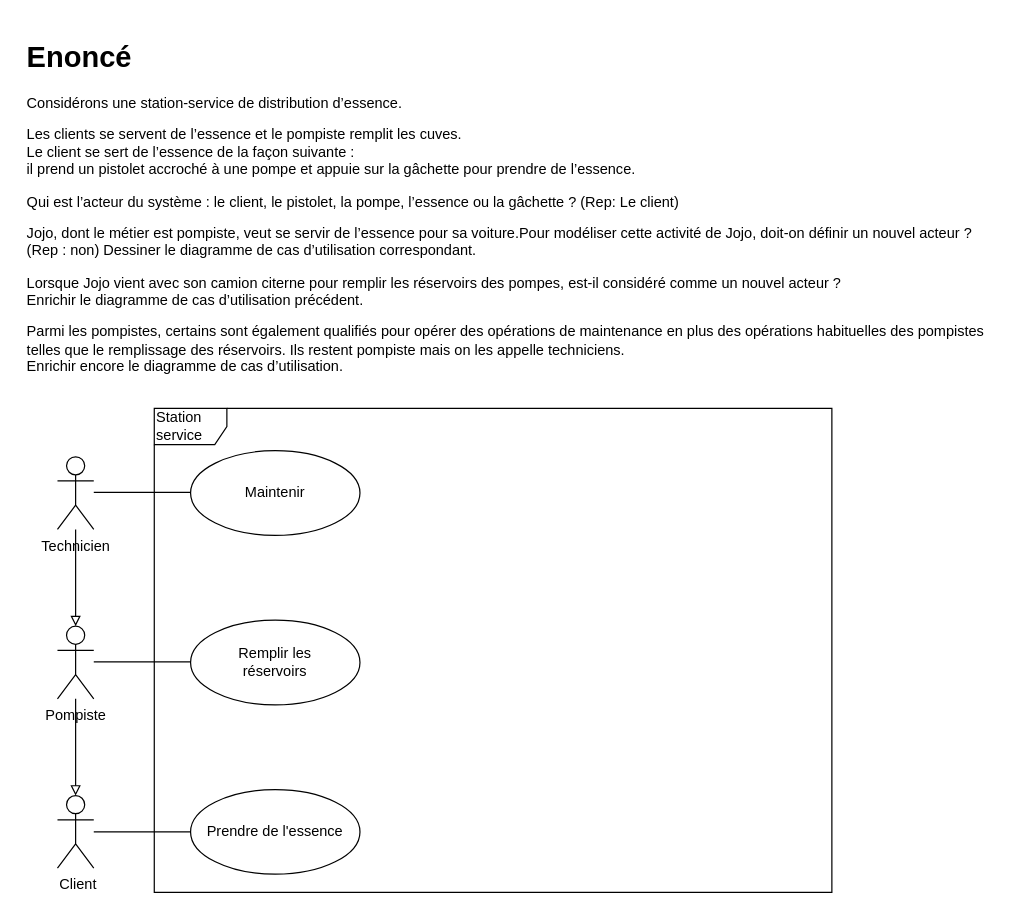
Before: exo2.drawio in valentin-cochin/cda-uml-exos, a draw.io diagram. Source tidied: cells renumbered, new cells numbered last; positions are measured from the earlier drawing's top-left corner, leaving out a move shared by most shapes. Both pictures are drawn from the tidied source at 121%, with x=0, y=0 at pixel (21, 33).
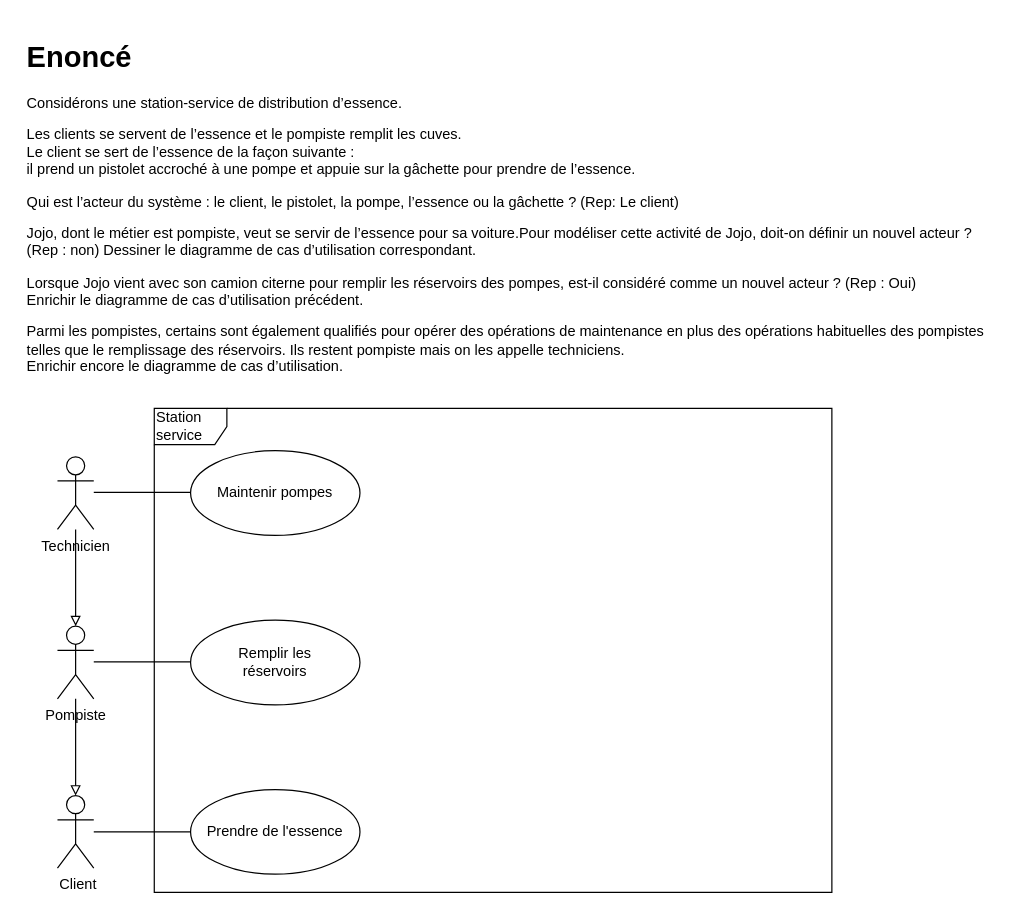
After the change.

The edit, as a diff of the source:
```diff
@@
 <mxGraphModel>
   <root>
     <mxCell id="0" />
     <mxCell id="1" parent="0" />
-    <mxCell id="2" value="&lt;h1&gt;Enoncé&lt;br&gt;&lt;/h1&gt;&lt;p&gt;Considérons une station-service de distribution d’essence.&lt;br&gt;&lt;/p&gt;&lt;p&gt;Les clients se servent de l’essence et le pompiste remplit les cuves.&lt;br&gt;Le client se sert de l’essence de la façon suivante :&lt;br&gt;il prend un pistolet accroché à une pompe et appuie sur la gâchette pour prendre de l’essence.&lt;/p&gt;&lt;p&gt;Qui est l’acteur du système : le client, le pistolet, la pompe, l’essence ou la gâchette ? (Rep: Le client)&lt;br&gt;&lt;/p&gt;&lt;p&gt;Jojo, dont le métier est pompiste, veut se servir de l’essence pour sa voiture.Pour modéliser cette activité de Jojo, doit-on définir un nouvel acteur ? (Rep : non) Dessiner le diagramme de cas d’utilisation correspondant.&lt;/p&gt;&lt;p&gt;Lorsque Jojo vient avec son camion citerne pour remplir les réservoirs des pompes, est-il considéré comme un nouvel acteur ?&lt;br&gt;Enrichir le diagramme de cas d’utilisation précédent.&lt;/p&gt;&lt;p&gt;Parmi les pompistes, certains sont également qualifiés pour opérer des opérations de maintenance en plus des opérations habituelles des pompistes telles que le remplissage des réservoirs. Ils restent pompiste mais on les appelle techniciens.&lt;br&gt;Enrichir encore le diagramme de cas d’utilisation.&lt;/p&gt;" style="text;html=1;strokeColor=none;fillColor=none;spacing=5;spacingTop=-20;whiteSpace=wrap;overflow=hidden;rounded=0;fontSize=12;align=left;" parent="1" vertex="1">
+    <mxCell id="2" value="&lt;h1&gt;Enoncé&lt;br&gt;&lt;/h1&gt;&lt;p&gt;Considérons une station-service de distribution d’essence.&lt;br&gt;&lt;/p&gt;&lt;p&gt;Les clients se servent de l’essence et le pompiste remplit les cuves.&lt;br&gt;Le client se sert de l’essence de la façon suivante :&lt;br&gt;il prend un pistolet accroché à une pompe et appuie sur la gâchette pour prendre de l’essence.&lt;/p&gt;&lt;p&gt;Qui est l’acteur du système : le client, le pistolet, la pompe, l’essence ou la gâchette ? (Rep: Le client)&lt;br&gt;&lt;/p&gt;&lt;p&gt;Jojo, dont le métier est pompiste, veut se servir de l’essence pour sa voiture.Pour modéliser cette activité de Jojo, doit-on définir un nouvel acteur ? (Rep : non) Dessiner le diagramme de cas d’utilisation correspondant.&lt;/p&gt;&lt;p&gt;Lorsque Jojo vient avec son camion citerne pour remplir les réservoirs des pompes, est-il considéré comme un nouvel acteur ? (Rep : Oui)&lt;br&gt;Enrichir le diagramme de cas d’utilisation précédent.&lt;/p&gt;&lt;p&gt;Parmi les pompistes, certains sont également qualifiés pour opérer des opérations de maintenance en plus des opérations habituelles des pompistes telles que le remplissage des réservoirs. Ils restent pompiste mais on les appelle techniciens.&lt;br&gt;Enrichir encore le diagramme de cas d’utilisation.&lt;/p&gt;" style="text;html=1;strokeColor=none;fillColor=none;spacing=5;spacingTop=-20;whiteSpace=wrap;overflow=hidden;rounded=0;fontSize=12;align=left;" parent="1" vertex="1">
       <mxGeometry width="810" height="290" as="geometry" />
     </mxCell>
     <mxCell id="3" value="Station service" style="shape=umlFrame;whiteSpace=wrap;html=1;fontSize=12;align=left;" parent="1" vertex="1">
       <mxGeometry x="110" y="310" width="560" height="400" as="geometry" />
     </mxCell>
     <mxCell id="4" style="edgeStyle=orthogonalEdgeStyle;rounded=0;jettySize=auto;html=1;endArrow=block;endFill=0;fontSize=12;entryX=0.5;entryY=0;entryDx=0;entryDy=0;entryPerimeter=0;" parent="1" edge="1" source="5" target="9">
       <mxGeometry relative="1" as="geometry" />
     </mxCell>
     <mxCell id="5" value="Technicien" style="shape=umlActor;verticalLabelPosition=bottom;verticalAlign=top;html=1;fontSize=12;align=center;" parent="1" vertex="1">
       <mxGeometry x="30" y="350" width="30" height="60" as="geometry" />
     </mxCell>
     <mxCell id="6" value="Remplir les&lt;br&gt;réservoirs" style="ellipse;whiteSpace=wrap;html=1;fontSize=12;align=center;" parent="1" vertex="1">
       <mxGeometry x="140" y="485" width="140" height="70" as="geometry" />
     </mxCell>
     <mxCell id="7" value="Prendre de l'essence" style="ellipse;whiteSpace=wrap;html=1;fontSize=12;align=center;" parent="1" vertex="1">
       <mxGeometry x="140" y="625" width="140" height="70" as="geometry" />
     </mxCell>
     <mxCell id="8" style="edgeStyle=orthogonalEdgeStyle;rounded=0;jettySize=auto;html=1;endArrow=block;endFill=0;fontSize=12;" parent="1" edge="1" source="9" target="10">
       <mxGeometry relative="1" as="geometry" />
     </mxCell>
     <mxCell id="9" value="Pompiste" style="shape=umlActor;verticalLabelPosition=bottom;verticalAlign=top;html=1;fontSize=12;align=center;" parent="1" vertex="1">
       <mxGeometry x="30" y="490" width="30" height="60" as="geometry" />
     </mxCell>
     <mxCell id="10" value="&lt;div&gt;Client&lt;/div&gt;" style="shape=umlActor;verticalLabelPosition=bottom;verticalAlign=top;html=1;fontSize=12;align=left;" parent="1" vertex="1">
       <mxGeometry x="30" y="630" width="30" height="60" as="geometry" />
     </mxCell>
-    <mxCell id="11" value="Maintenir" style="ellipse;whiteSpace=wrap;html=1;fontSize=12;align=center;" parent="1" vertex="1">
+    <mxCell id="11" value="Maintenir pompes" style="ellipse;whiteSpace=wrap;html=1;fontSize=12;align=center;" parent="1" vertex="1">
       <mxGeometry x="140" y="345" width="140" height="70" as="geometry" />
     </mxCell>
     <mxCell id="12" style="endArrow=none;html=1;fontSize=12;entryX=0;entryY=0.5;entryDx=0;entryDy=0;" parent="1" edge="1" source="10" target="7">
       <mxGeometry relative="1" as="geometry" />
     </mxCell>
     <mxCell id="13" style="endArrow=none;html=1;fontSize=12;entryX=0;entryY=0.5;entryDx=0;entryDy=0;" parent="1" edge="1">
       <mxGeometry relative="1" as="geometry">
         <mxPoint x="60" y="519.5" as="sourcePoint" />
         <mxPoint x="140" y="519.5" as="targetPoint" />
       </mxGeometry>
     </mxCell>
     <mxCell id="14" style="endArrow=none;html=1;fontSize=12;entryX=0;entryY=0.5;entryDx=0;entryDy=0;" parent="1" edge="1">
       <mxGeometry relative="1" as="geometry">
         <mxPoint x="60" y="379.5" as="sourcePoint" />
         <mxPoint x="140" y="379.5" as="targetPoint" />
       </mxGeometry>
     </mxCell>
   </root>
 </mxGraphModel>
```
